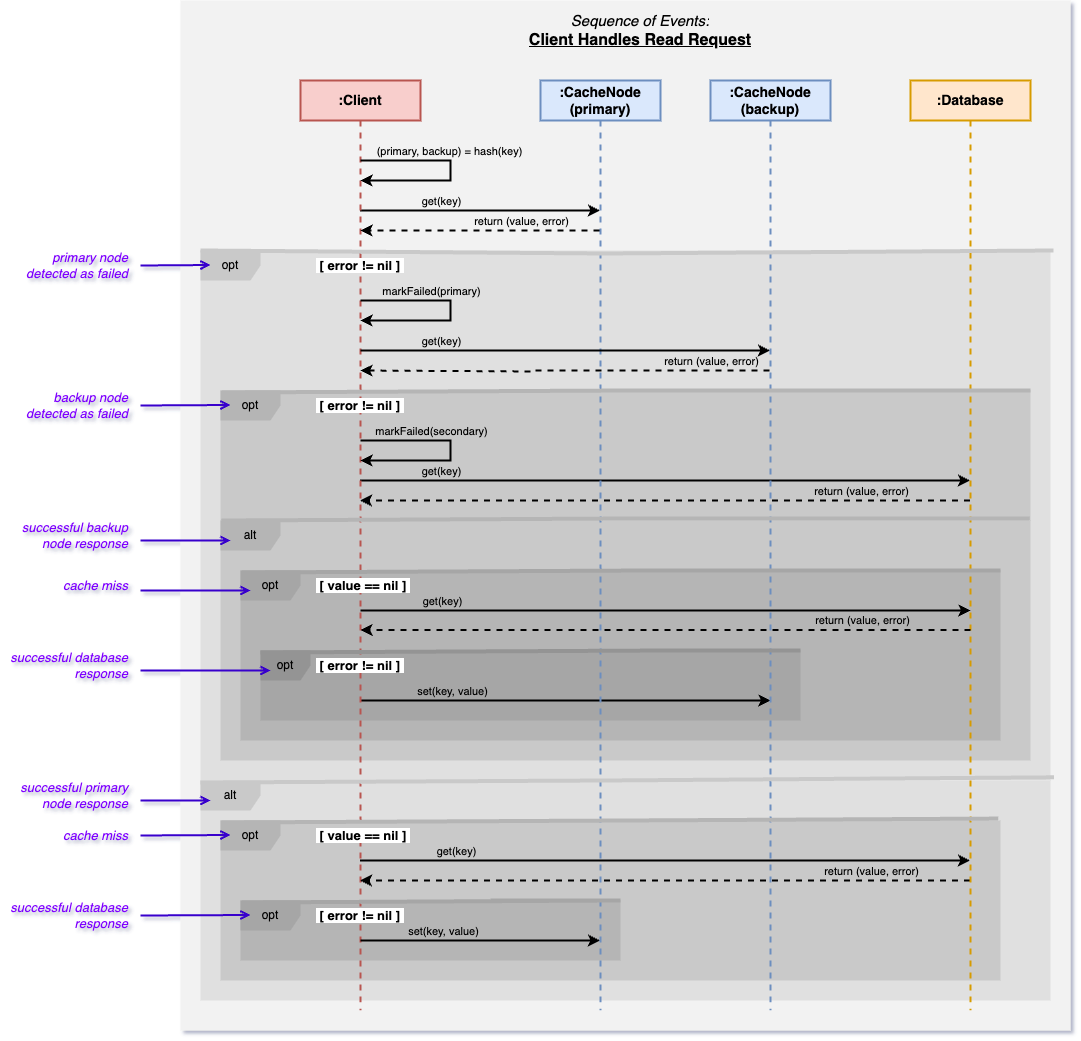
Above: img/cache_database.drawio.png in HannahMarsh/research (draw.io), before the change. Source tidied: cells renumbered, new cells last; positions are measured from the earlier drawing's top-left corner, leaving out a move shared by most shapes.
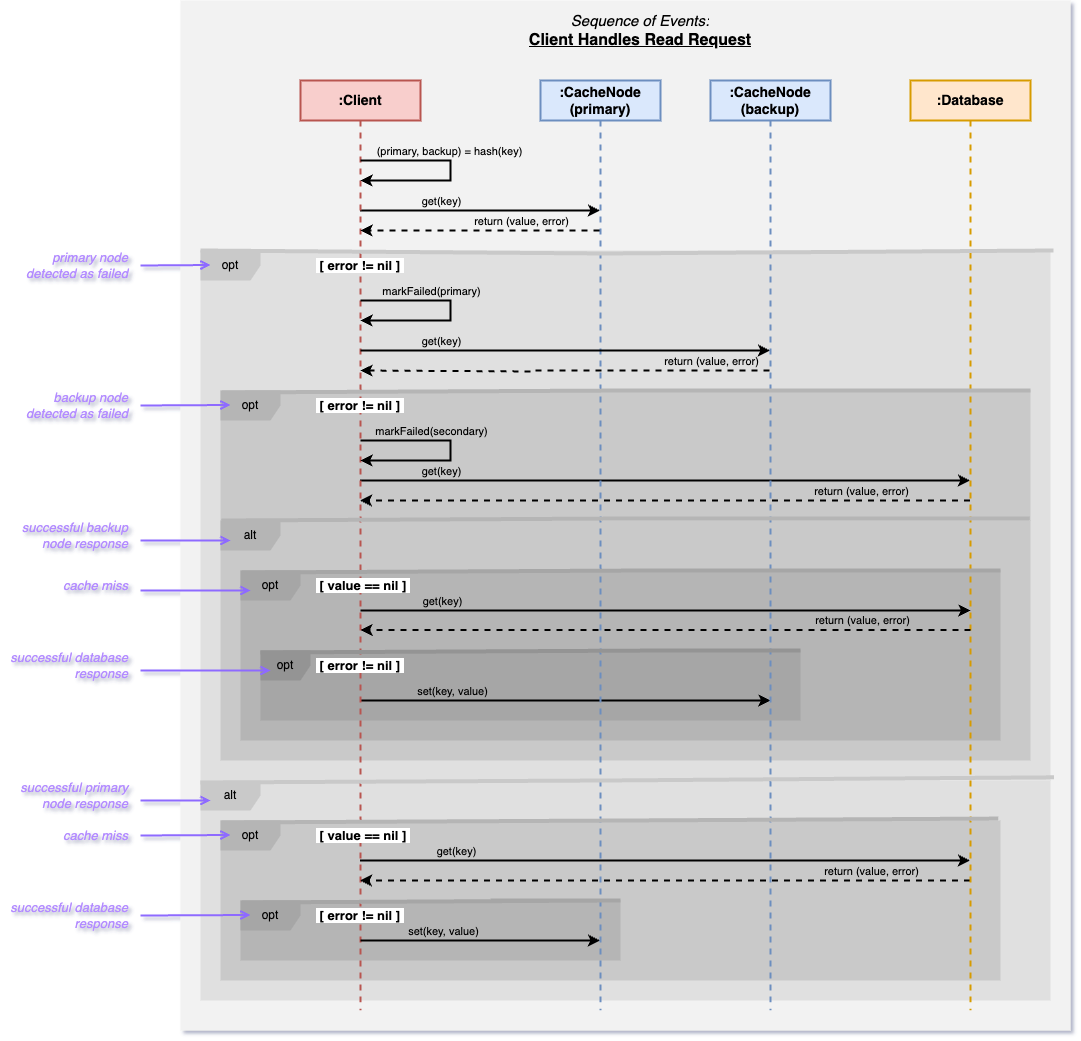
The same diagram one commit later.

Diff of the diagram source:
```diff
@@ -351,76 +351,76 @@
     <mxCell id="60" value="Sequence of Events:" style="text;strokeColor=none;fillColor=none;align=center;verticalAlign=middle;spacingLeft=4;spacingRight=4;overflow=hidden;whiteSpace=wrap;html=1;fontStyle=2;fontSize=15;" parent="1" vertex="1">
       <mxGeometry x="460" width="360" height="40" as="geometry" />
     </mxCell>
-    <mxCell id="61" style="endArrow=open;html=1;rounded=0;fillColor=#6a00ff;strokeColor=#3700CC;strokeWidth=2;endFill=0;" parent="1" edge="1">
+    <mxCell id="61" style="endArrow=open;html=1;rounded=0;fillColor=#6a00ff;strokeColor=#8E6BFF;strokeWidth=2;endFill=0;" parent="1" edge="1">
       <mxGeometry relative="1" as="geometry">
         <mxPoint x="140" y="265" as="sourcePoint" />
         <mxPoint x="210" y="264.5" as="targetPoint" />
       </mxGeometry>
     </mxCell>
-    <mxCell id="62" style="endArrow=open;html=1;rounded=0;fillColor=#6a00ff;strokeColor=#3700CC;strokeWidth=2;endFill=0;" parent="1" edge="1">
+    <mxCell id="62" style="endArrow=open;html=1;rounded=0;fillColor=#6a00ff;strokeColor=#8E6BFF;strokeWidth=2;endFill=0;" parent="1" edge="1">
       <mxGeometry relative="1" as="geometry">
         <mxPoint x="140" y="405" as="sourcePoint" />
         <mxPoint x="230" y="404.5" as="targetPoint" />
       </mxGeometry>
     </mxCell>
-    <mxCell id="63" style="endArrow=open;html=1;rounded=0;fillColor=#6a00ff;strokeColor=#3700CC;strokeWidth=2;endFill=0;" parent="1" edge="1">
+    <mxCell id="63" style="endArrow=open;html=1;rounded=0;fillColor=#6a00ff;strokeColor=#8E6BFF;strokeWidth=2;endFill=0;" parent="1" edge="1">
       <mxGeometry relative="1" as="geometry">
         <mxPoint x="140" y="540" as="sourcePoint" />
         <mxPoint x="230" y="540" as="targetPoint" />
       </mxGeometry>
     </mxCell>
-    <mxCell id="64" style="endArrow=open;html=1;rounded=0;fillColor=#6a00ff;strokeColor=#3700CC;strokeWidth=2;endFill=0;" parent="1" edge="1">
+    <mxCell id="64" style="endArrow=open;html=1;rounded=0;fillColor=#6a00ff;strokeColor=#8E6BFF;strokeWidth=2;endFill=0;" parent="1" edge="1">
       <mxGeometry relative="1" as="geometry">
         <mxPoint x="140" y="590" as="sourcePoint" />
         <mxPoint x="250" y="590" as="targetPoint" />
       </mxGeometry>
     </mxCell>
-    <mxCell id="65" style="endArrow=open;html=1;rounded=0;fillColor=#6a00ff;strokeColor=#3700CC;strokeWidth=2;endFill=0;" parent="1" edge="1">
+    <mxCell id="65" style="endArrow=open;html=1;rounded=0;fillColor=#6a00ff;strokeColor=#8E6BFF;strokeWidth=2;endFill=0;" parent="1" edge="1">
       <mxGeometry relative="1" as="geometry">
         <mxPoint x="140" y="670" as="sourcePoint" />
         <mxPoint x="270" y="670" as="targetPoint" />
       </mxGeometry>
     </mxCell>
-    <mxCell id="66" style="endArrow=open;html=1;rounded=0;fillColor=#6a00ff;strokeColor=#3700CC;strokeWidth=2;endFill=0;" parent="1" edge="1">
+    <mxCell id="66" style="endArrow=open;html=1;rounded=0;fillColor=#6a00ff;strokeColor=#8E6BFF;strokeWidth=2;endFill=0;" parent="1" edge="1">
       <mxGeometry relative="1" as="geometry">
         <mxPoint x="140" y="800" as="sourcePoint" />
         <mxPoint x="210" y="800" as="targetPoint" />
       </mxGeometry>
     </mxCell>
-    <mxCell id="67" style="endArrow=open;html=1;rounded=0;fillColor=#6a00ff;strokeColor=#3700CC;strokeWidth=2;endFill=0;" parent="1" edge="1">
+    <mxCell id="67" style="endArrow=open;html=1;rounded=0;fillColor=#6a00ff;strokeColor=#8E6BFF;strokeWidth=2;endFill=0;" parent="1" edge="1">
       <mxGeometry relative="1" as="geometry">
         <mxPoint x="140" y="835" as="sourcePoint" />
         <mxPoint x="230" y="834.5" as="targetPoint" />
       </mxGeometry>
     </mxCell>
-    <mxCell id="68" style="endArrow=open;html=1;rounded=0;fillColor=#6a00ff;strokeColor=#3700CC;strokeWidth=2;endFill=0;" parent="1" edge="1">
+    <mxCell id="68" style="endArrow=open;html=1;rounded=0;fillColor=#6a00ff;strokeColor=#8E6BFF;strokeWidth=2;endFill=0;" parent="1" edge="1">
       <mxGeometry relative="1" as="geometry">
         <mxPoint x="140" y="915" as="sourcePoint" />
         <mxPoint x="250" y="914.5" as="targetPoint" />
       </mxGeometry>
     </mxCell>
-    <mxCell id="69" value="primary node detected as failed" style="text;html=1;strokeColor=none;fillColor=none;align=right;verticalAlign=middle;whiteSpace=wrap;rounded=0;fontColor=#7F00FF;fontSize=13;fontStyle=2;" parent="1" vertex="1">
+    <mxCell id="69" value="primary node detected as failed" style="text;html=1;strokeColor=none;fillColor=none;align=right;verticalAlign=middle;whiteSpace=wrap;rounded=0;fontColor=#B38CFF;fontSize=13;fontStyle=2;" parent="1" vertex="1">
       <mxGeometry x="20" y="250" width="110" height="30" as="geometry" />
     </mxCell>
-    <mxCell id="70" value="backup node detected as failed" style="text;html=1;strokeColor=none;fillColor=none;align=right;verticalAlign=middle;whiteSpace=wrap;rounded=0;fontColor=#7F00FF;fontSize=13;fontStyle=2;" parent="1" vertex="1">
+    <mxCell id="70" value="backup node detected as failed" style="text;html=1;strokeColor=none;fillColor=none;align=right;verticalAlign=middle;whiteSpace=wrap;rounded=0;fontColor=#B38CFF;fontSize=13;fontStyle=2;" parent="1" vertex="1">
       <mxGeometry x="20" y="390" width="110" height="30" as="geometry" />
     </mxCell>
-    <mxCell id="71" value="cache miss" style="text;html=1;strokeColor=none;fillColor=none;align=right;verticalAlign=middle;whiteSpace=wrap;rounded=0;fontColor=#7F00FF;fontSize=13;fontStyle=2;" parent="1" vertex="1">
+    <mxCell id="71" value="cache miss" style="text;html=1;strokeColor=none;fillColor=none;align=right;verticalAlign=middle;whiteSpace=wrap;rounded=0;fontColor=#B38CFF;fontSize=13;fontStyle=2;" parent="1" vertex="1">
       <mxGeometry x="20" y="570" width="110" height="30" as="geometry" />
     </mxCell>
-    <mxCell id="72" value="successful database response" style="text;html=1;strokeColor=none;fillColor=none;align=right;verticalAlign=middle;whiteSpace=wrap;rounded=0;fontColor=#7F00FF;fontSize=13;fontStyle=2;" parent="1" vertex="1">
+    <mxCell id="72" value="successful database response" style="text;html=1;strokeColor=none;fillColor=none;align=right;verticalAlign=middle;whiteSpace=wrap;rounded=0;fontColor=#B38CFF;fontSize=13;fontStyle=2;" parent="1" vertex="1">
       <mxGeometry y="650" width="130" height="30" as="geometry" />
     </mxCell>
-    <mxCell id="73" value="successful primary node response" style="text;html=1;strokeColor=none;fillColor=none;align=right;verticalAlign=middle;whiteSpace=wrap;rounded=0;fontColor=#7F00FF;fontSize=13;fontStyle=2;" parent="1" vertex="1">
+    <mxCell id="73" value="successful primary node response" style="text;html=1;strokeColor=none;fillColor=none;align=right;verticalAlign=middle;whiteSpace=wrap;rounded=0;fontColor=#B38CFF;fontSize=13;fontStyle=2;" parent="1" vertex="1">
       <mxGeometry y="780" width="130" height="30" as="geometry" />
     </mxCell>
-    <mxCell id="74" value="successful backup node response" style="text;html=1;strokeColor=none;fillColor=none;align=right;verticalAlign=middle;whiteSpace=wrap;rounded=0;fontColor=#7F00FF;fontSize=13;fontStyle=2;" parent="1" vertex="1">
+    <mxCell id="74" value="successful backup node response" style="text;html=1;strokeColor=none;fillColor=none;align=right;verticalAlign=middle;whiteSpace=wrap;rounded=0;fontColor=#B38CFF;fontSize=13;fontStyle=2;" parent="1" vertex="1">
       <mxGeometry y="520" width="130" height="30" as="geometry" />
     </mxCell>
-    <mxCell id="75" value="cache miss" style="text;html=1;strokeColor=none;fillColor=none;align=right;verticalAlign=middle;whiteSpace=wrap;rounded=0;fontColor=#7F00FF;fontSize=13;fontStyle=2;" parent="1" vertex="1">
+    <mxCell id="75" value="cache miss" style="text;html=1;strokeColor=none;fillColor=none;align=right;verticalAlign=middle;whiteSpace=wrap;rounded=0;fontColor=#B38CFF;fontSize=13;fontStyle=2;" parent="1" vertex="1">
       <mxGeometry y="820" width="130" height="30" as="geometry" />
     </mxCell>
-    <mxCell id="76" value="successful database response" style="text;html=1;strokeColor=none;fillColor=none;align=right;verticalAlign=middle;whiteSpace=wrap;rounded=0;fontColor=#7F00FF;fontSize=13;fontStyle=2;" parent="1" vertex="1">
+    <mxCell id="76" value="successful database response" style="text;html=1;strokeColor=none;fillColor=none;align=right;verticalAlign=middle;whiteSpace=wrap;rounded=0;fontColor=#B38CFF;fontSize=13;fontStyle=2;" parent="1" vertex="1">
       <mxGeometry y="900" width="130" height="30" as="geometry" />
     </mxCell>
   </root>
```
